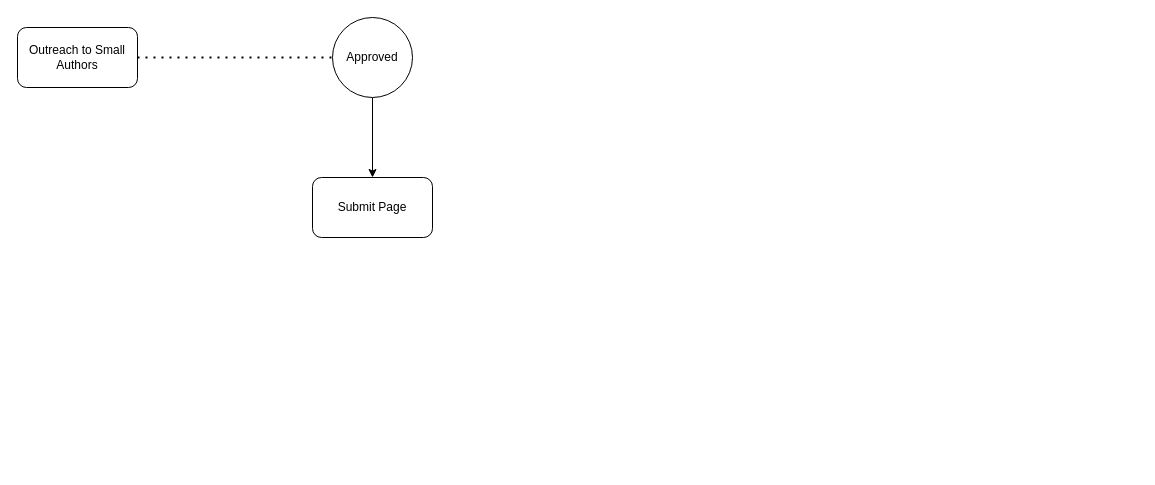
Earlier version of the draw.io diagram diagrams/emerging-authors-strat.drawio (theodufort/book-journey). Source tidied: cells renumbered, new cells numbered last; positions are measured from the earlier drawing's top-left corner, leaving out a move shared by most shapes. Both pictures are drawn from the tidied source at 100%, with x=0, y=0 at pixel (17, 17).
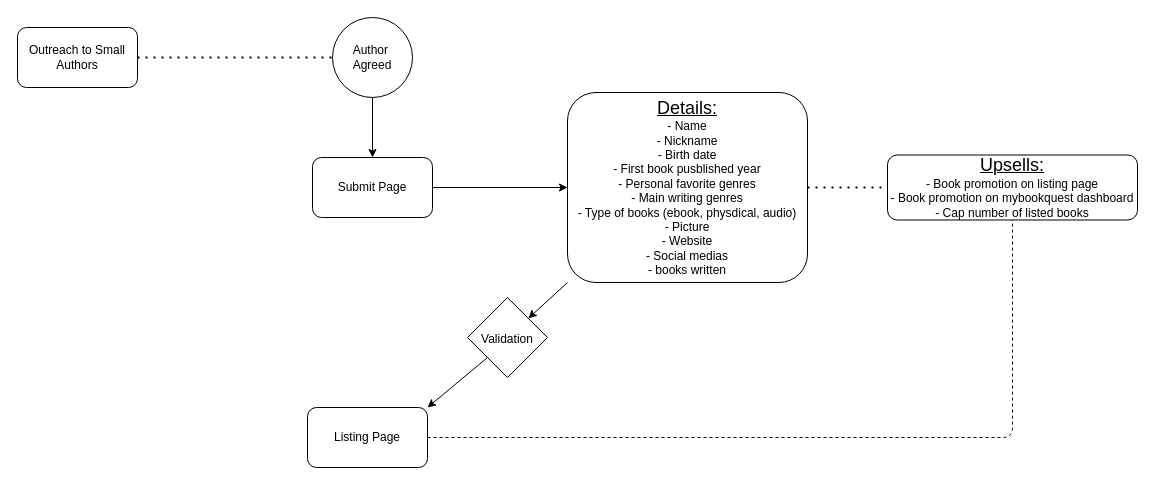
After the change.

What changed in the source:
```diff
@@
 <mxGraphModel>
   <root>
     <mxCell id="0" />
     <mxCell id="1" parent="0" />
     <mxCell id="2" value="Outreach to Small Authors" style="rounded=1;whiteSpace=wrap;html=1;" parent="1" vertex="1">
       <mxGeometry y="10" width="120" height="60" as="geometry" />
     </mxCell>
     <mxCell id="3" style="edgeStyle=none;html=1;" parent="1" edge="1" source="4" target="6">
       <mxGeometry relative="1" as="geometry" />
     </mxCell>
-    <mxCell id="4" value="Approved" style="ellipse;whiteSpace=wrap;html=1;rounded=1;" parent="1" vertex="1">
+    <mxCell id="4" value="Author&amp;nbsp;&lt;br&gt;Agreed" style="ellipse;whiteSpace=wrap;html=1;rounded=1;" parent="1" vertex="1">
       <mxGeometry x="315" width="80" height="80" as="geometry" />
     </mxCell>
     <mxCell id="5" style="endArrow=none;dashed=1;html=1;dashPattern=1 3;strokeWidth=2;exitX=1;exitY=0.5;exitDx=0;exitDy=0;entryX=0;entryY=0.5;entryDx=0;entryDy=0;" parent="1" edge="1" source="2" target="4">
       <mxGeometry relative="1" as="geometry" />
     </mxCell>
+    <mxCell id="7" style="edgeStyle=none;html=1;" parent="1" edge="1" source="6" target="9">
+      <mxGeometry relative="1" as="geometry" />
+    </mxCell>
     <mxCell id="6" value="Submit Page" style="whiteSpace=wrap;html=1;rounded=1;" parent="1" vertex="1">
-      <mxGeometry x="295" y="160" width="120" height="60" as="geometry" />
+      <mxGeometry x="295" y="140" width="120" height="60" as="geometry" />
     </mxCell>
+    <mxCell id="8" style="edgeStyle=none;html=1;exitX=0;exitY=1;exitDx=0;exitDy=0;fontSize=12;" parent="1" edge="1" source="9" target="15">
+      <mxGeometry relative="1" as="geometry" />
+    </mxCell>
+    <mxCell id="9" value="&lt;u&gt;&lt;font style=&quot;font-size: 18px;&quot;&gt;Details:&lt;br&gt;&lt;/font&gt;&lt;/u&gt;- Name&lt;br&gt;- Nickname&lt;br&gt;- Birth date&lt;br&gt;- First book pusblished year&lt;br&gt;- Personal favorite genres&lt;br&gt;- Main writing genres&lt;br&gt;- Type of books (ebook, physdical, audio)&lt;br&gt;- Picture&lt;br&gt;- Website&lt;br&gt;- Social medias&lt;br&gt;- books written" style="whiteSpace=wrap;html=1;rounded=1;" parent="1" vertex="1">
+      <mxGeometry x="550" y="75" width="240" height="190" as="geometry" />
+    </mxCell>
+    <mxCell id="10" value="&lt;u&gt;&lt;font style=&quot;font-size: 18px;&quot;&gt;Upsells:&lt;br&gt;&lt;/font&gt;&lt;/u&gt;- Book promotion on listing page&lt;br&gt;- Book promotion on mybookquest dashboard&lt;br&gt;- Cap number of listed books" style="whiteSpace=wrap;html=1;rounded=1;" parent="1" vertex="1">
+      <mxGeometry x="870" y="137.5" width="250" height="65" as="geometry" />
+    </mxCell>
+    <mxCell id="11" style="endArrow=none;dashed=1;html=1;dashPattern=1 3;strokeWidth=2;fontSize=18;entryX=0;entryY=0.5;entryDx=0;entryDy=0;exitX=1;exitY=0.5;exitDx=0;exitDy=0;" parent="1" edge="1" source="9" target="10">
+      <mxGeometry relative="1" as="geometry" />
+    </mxCell>
+    <mxCell id="12" value="Listing Page" style="whiteSpace=wrap;html=1;rounded=1;" parent="1" vertex="1">
+      <mxGeometry x="290" y="390" width="120" height="60" as="geometry" />
+    </mxCell>
+    <mxCell id="13" style="endArrow=none;dashed=1;html=1;fontSize=18;exitX=1;exitY=0.5;exitDx=0;exitDy=0;entryX=0.5;entryY=1;entryDx=0;entryDy=0;" parent="1" edge="1" source="12" target="10">
+      <mxGeometry relative="1" as="geometry">
+        <Array as="points">
+          <mxPoint x="995" y="420" />
+        </Array>
+      </mxGeometry>
+    </mxCell>
+    <mxCell id="14" style="edgeStyle=none;html=1;exitX=0;exitY=1;exitDx=0;exitDy=0;entryX=1;entryY=0;entryDx=0;entryDy=0;fontSize=12;" parent="1" edge="1" source="15" target="12">
+      <mxGeometry relative="1" as="geometry" />
+    </mxCell>
+    <mxCell id="15" value="&lt;font style=&quot;font-size: 12px;&quot;&gt;Validation&lt;/font&gt;" style="rhombus;whiteSpace=wrap;html=1;fontSize=18;" parent="1" vertex="1">
+      <mxGeometry x="450" y="280" width="80" height="80" as="geometry" />
+    </mxCell>
   </root>
 </mxGraphModel>
```
